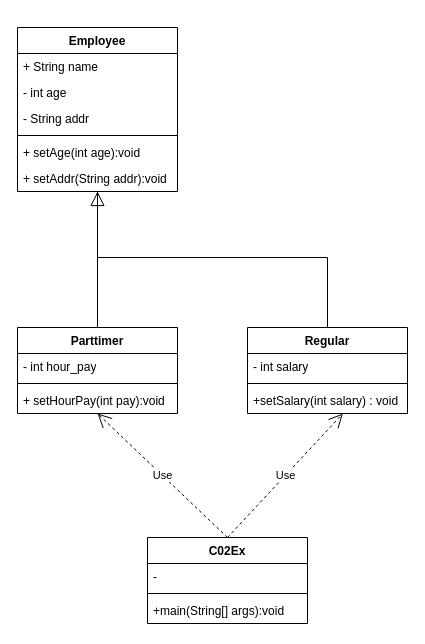
Before: src/Ch12Ex/C02Ex.drawio in daemin123/first-pj, a draw.io diagram. Source tidied: cells renumbered, new cells numbered last; positions are measured from the earlier drawing's top-left corner, leaving out a move shared by most shapes. Both pictures are drawn from the tidied source at 100%, with x=0, y=0 at pixel (17, 27).
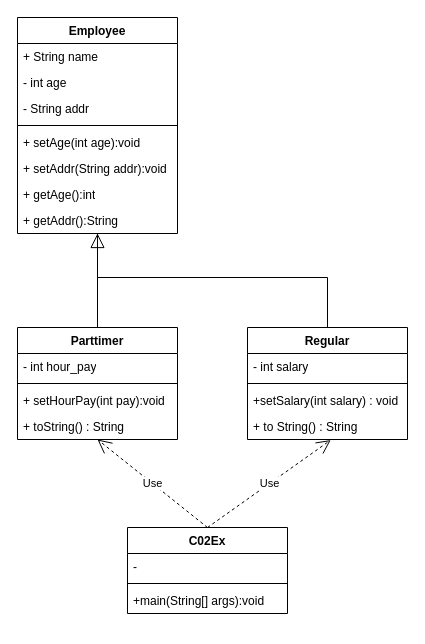
The same diagram, later.

Unchanged cells that the change refers to:
```xml
<mxCell id="18" value="+setSalary(int salary) : void" style="text;strokeColor=none;fillColor=none;align=left;verticalAlign=top;spacingLeft=4;spacingRight=4;overflow=hidden;points=[[0,0.5],[1,0.5]];portConstraint=eastwest;whiteSpace=wrap;html=1;" parent="15" vertex="1">
  <mxGeometry y="60" width="160" height="26" as="geometry" />
</mxCell>
```

What changed in the source:
```diff
@@
     <mxCell id="3" style="edgeStyle=orthogonalEdgeStyle;rounded=0;jettySize=auto;html=1;endArrow=none;endFill=0;" parent="1" edge="1" source="4" target="15">
       <mxGeometry relative="1" as="geometry">
         <Array as="points">
-          <mxPoint x="80" y="230" />
-          <mxPoint x="310" y="230" />
+          <mxPoint x="80" y="250" />
+          <mxPoint x="310" y="250" />
         </Array>
       </mxGeometry>
     </mxCell>
     <mxCell id="4" value="Employee" style="swimlane;fontStyle=1;align=center;verticalAlign=top;horizontal=1;startSize=26;whiteSpace=wrap;html=1;" parent="1" vertex="1">
-      <mxGeometry width="160" height="164" as="geometry" />
+      <mxGeometry y="-10" width="160" height="216" as="geometry" />
     </mxCell>
@@
+    <mxCell id="25" value="+ getAge():int" style="text;strokeColor=none;fillColor=none;align=left;verticalAlign=top;spacingLeft=4;spacingRight=4;overflow=hidden;whiteSpace=wrap;html=1;" parent="4" vertex="1">
+      <mxGeometry y="164" width="160" height="26" as="geometry" />
+    </mxCell>
+    <mxCell id="26" value="+ getAddr():String&lt;div&gt;&lt;br&gt;&lt;/div&gt;" style="text;strokeColor=none;fillColor=none;align=left;verticalAlign=top;spacingLeft=4;spacingRight=4;overflow=hidden;whiteSpace=wrap;html=1;" parent="4" vertex="1">
+      <mxGeometry y="190" width="160" height="26" as="geometry" />
+    </mxCell>
     <mxCell id="11" value="Parttimer" style="swimlane;fontStyle=1;align=center;verticalAlign=top;horizontal=1;startSize=26;whiteSpace=wrap;html=1;" parent="1" vertex="1">
-      <mxGeometry y="300" width="160" height="86" as="geometry" />
+      <mxGeometry y="300" width="160" height="112" as="geometry" />
     </mxCell>
@@
+    <mxCell id="27" value="+ toString() : String" style="text;strokeColor=none;fillColor=none;align=left;verticalAlign=top;spacingLeft=4;spacingRight=4;overflow=hidden;whiteSpace=wrap;html=1;" parent="11" vertex="1">
+      <mxGeometry y="86" width="160" height="26" as="geometry" />
+    </mxCell>
     <mxCell id="15" value="Regular" style="swimlane;fontStyle=1;align=center;verticalAlign=top;horizontal=1;startSize=26;whiteSpace=wrap;html=1;" parent="1" vertex="1">
-      <mxGeometry x="230" y="300" width="160" height="86" as="geometry" />
+      <mxGeometry x="230" y="300" width="160" height="112" as="geometry" />
     </mxCell>
@@
+    <mxCell id="28" value="+ to String() : String&lt;div&gt;&lt;br&gt;&lt;/div&gt;" style="text;strokeColor=none;fillColor=none;align=left;verticalAlign=top;spacingLeft=4;spacingRight=4;overflow=hidden;points=[[0,0.5],[1,0.5]];portConstraint=eastwest;whiteSpace=wrap;html=1;" parent="15" vertex="1">
+      <mxGeometry y="86" width="160" height="26" as="geometry" />
+    </mxCell>
     <mxCell id="19" value="C02Ex" style="swimlane;fontStyle=1;align=center;verticalAlign=top;horizontal=1;startSize=26;whiteSpace=wrap;html=1;" parent="1" vertex="1">
-      <mxGeometry x="130" y="510" width="160" height="86" as="geometry" />
+      <mxGeometry x="110" y="500" width="160" height="86" as="geometry" />
     </mxCell>
@@
-    <mxCell id="24" value="Use" style="endArrow=open;endSize=12;dashed=1;html=1;rounded=0;entryX=0.596;entryY=1.005;entryDx=0;entryDy=0;exitX=0.5;exitY=0;exitDx=0;exitDy=0;entryPerimeter=0;" parent="1" edge="1" source="19" target="18">
+    <mxCell id="24" value="Use" style="endArrow=open;endSize=12;dashed=1;html=1;rounded=0;entryX=0.52;entryY=1.022;entryDx=0;entryDy=0;exitX=0.5;exitY=0;exitDx=0;exitDy=0;entryPerimeter=0;" parent="1" edge="1" source="19" target="28">
       <mxGeometry relative="1" as="geometry" />
     </mxCell>
```
